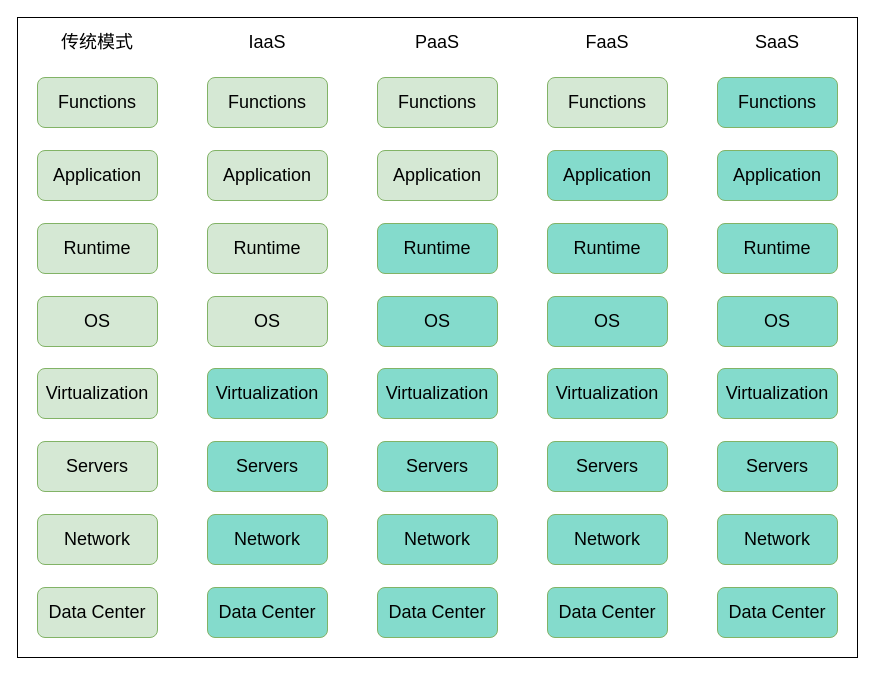
The draw.io diagram faasssssss.drawio in punnpkin/new, before the edit. Source tidied: cells renumbered, new cells numbered last; positions are measured from the earlier drawing's top-left corner, leaving out a move shared by most shapes. Both pictures are drawn from the tidied source at 100%, with x=0, y=0 at pixel (17, 17).
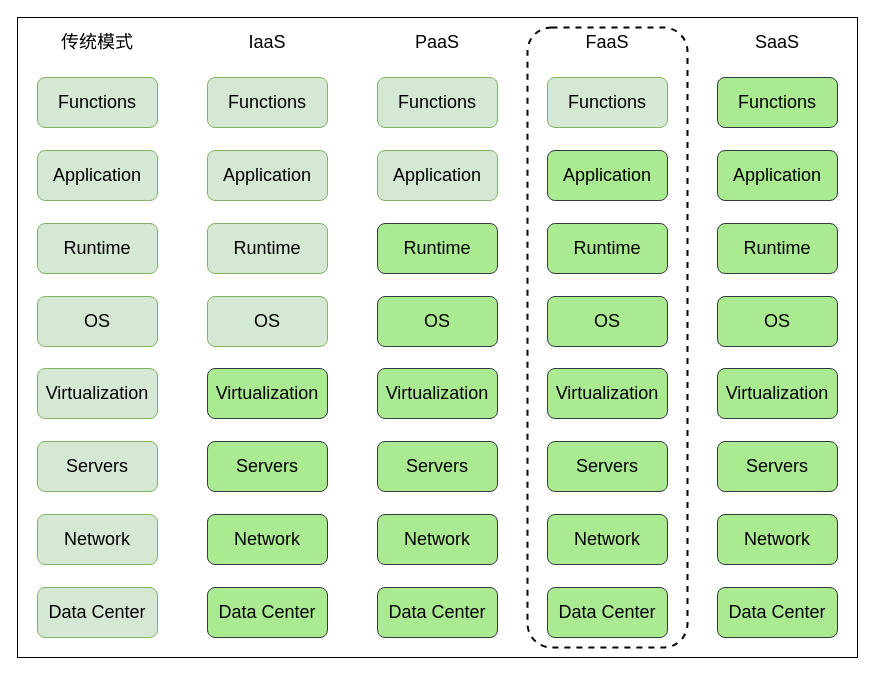
Above is the later version.

Change to the diagram source:
```diff
@@
-    <mxCell id="15" value="Virtualization" style="rounded=1;whiteSpace=wrap;html=1;fontSize=18;fillColor=#84DBCC;strokeColor=#82b366;" parent="1" vertex="1">
+    <mxCell id="15" value="Virtualization" style="rounded=1;whiteSpace=wrap;html=1;fontSize=18;fillColor=#AAEB92;strokeColor=#36393d;" parent="1" vertex="1">
       <mxGeometry x="190" y="351" width="120" height="50" as="geometry" />
     </mxCell>
-    <mxCell id="16" value="Servers" style="rounded=1;whiteSpace=wrap;html=1;fontSize=18;fillColor=#84DBCC;strokeColor=#82b366;" parent="1" vertex="1">
+    <mxCell id="16" value="Servers" style="rounded=1;whiteSpace=wrap;html=1;fontSize=18;fillColor=#AAEB92;strokeColor=#36393d;" parent="1" vertex="1">
       <mxGeometry x="190" y="424" width="120" height="50" as="geometry" />
     </mxCell>
-    <mxCell id="17" value="Network" style="rounded=1;whiteSpace=wrap;html=1;fontSize=18;fillColor=#84DBCC;strokeColor=#82b366;" parent="1" vertex="1">
+    <mxCell id="17" value="Network" style="rounded=1;whiteSpace=wrap;html=1;fontSize=18;fillColor=#AAEB92;strokeColor=#36393d;" parent="1" vertex="1">
       <mxGeometry x="190" y="497" width="120" height="50" as="geometry" />
     </mxCell>
-    <mxCell id="18" value="Data Center" style="rounded=1;whiteSpace=wrap;html=1;fontSize=18;fillColor=#84DBCC;strokeColor=#82b366;" parent="1" vertex="1">
+    <mxCell id="18" value="Data Center" style="rounded=1;whiteSpace=wrap;html=1;fontSize=18;fillColor=#AAEB92;strokeColor=#36393d;" parent="1" vertex="1">
       <mxGeometry x="190" y="570" width="120" height="50" as="geometry" />
     </mxCell>
@@
-    <mxCell id="21" value="Runtime" style="rounded=1;whiteSpace=wrap;html=1;fontSize=18;fillColor=#84DBCC;strokeColor=#82b366;" parent="1" vertex="1">
+    <mxCell id="21" value="Runtime" style="rounded=1;whiteSpace=wrap;html=1;fontSize=18;fillColor=#AAEB92;strokeColor=#36393d;" parent="1" vertex="1">
       <mxGeometry x="360" y="206" width="120" height="50" as="geometry" />
     </mxCell>
-    <mxCell id="22" value="OS" style="rounded=1;whiteSpace=wrap;html=1;fontSize=18;fillColor=#84DBCC;strokeColor=#82b366;" parent="1" vertex="1">
+    <mxCell id="22" value="OS" style="rounded=1;whiteSpace=wrap;html=1;fontSize=18;fillColor=#AAEB92;strokeColor=#36393d;" parent="1" vertex="1">
       <mxGeometry x="360" y="279" width="120" height="50" as="geometry" />
     </mxCell>
-    <mxCell id="23" value="Virtualization" style="rounded=1;whiteSpace=wrap;html=1;fontSize=18;fillColor=#84DBCC;strokeColor=#82b366;" parent="1" vertex="1">
+    <mxCell id="23" value="Virtualization" style="rounded=1;whiteSpace=wrap;html=1;fontSize=18;fillColor=#AAEB92;strokeColor=#36393d;" parent="1" vertex="1">
       <mxGeometry x="360" y="351" width="120" height="50" as="geometry" />
     </mxCell>
-    <mxCell id="24" value="Servers" style="rounded=1;whiteSpace=wrap;html=1;fontSize=18;fillColor=#84DBCC;strokeColor=#82b366;" parent="1" vertex="1">
+    <mxCell id="24" value="Servers" style="rounded=1;whiteSpace=wrap;html=1;fontSize=18;fillColor=#AAEB92;strokeColor=#36393d;" parent="1" vertex="1">
       <mxGeometry x="360" y="424" width="120" height="50" as="geometry" />
     </mxCell>
-    <mxCell id="25" value="Network" style="rounded=1;whiteSpace=wrap;html=1;fontSize=18;fillColor=#84DBCC;strokeColor=#82b366;" parent="1" vertex="1">
+    <mxCell id="25" value="Network" style="rounded=1;whiteSpace=wrap;html=1;fontSize=18;fillColor=#AAEB92;strokeColor=#36393d;" parent="1" vertex="1">
       <mxGeometry x="360" y="497" width="120" height="50" as="geometry" />
     </mxCell>
-    <mxCell id="26" value="Data Center" style="rounded=1;whiteSpace=wrap;html=1;fontSize=18;fillColor=#84DBCC;strokeColor=#82b366;" parent="1" vertex="1">
+    <mxCell id="26" value="Data Center" style="rounded=1;whiteSpace=wrap;html=1;fontSize=18;fillColor=#AAEB92;strokeColor=#36393d;" parent="1" vertex="1">
       <mxGeometry x="360" y="570" width="120" height="50" as="geometry" />
     </mxCell>
@@
-    <mxCell id="28" value="Application" style="rounded=1;whiteSpace=wrap;html=1;fontSize=18;fillColor=#84DBCC;strokeColor=#82b366;" parent="1" vertex="1">
+    <mxCell id="28" value="Application" style="rounded=1;whiteSpace=wrap;html=1;fontSize=18;fillColor=#AAEB92;strokeColor=#36393d;" parent="1" vertex="1">
       <mxGeometry x="530" y="133" width="120" height="50" as="geometry" />
     </mxCell>
-    <mxCell id="29" value="Runtime" style="rounded=1;whiteSpace=wrap;html=1;fontSize=18;fillColor=#84DBCC;strokeColor=#82b366;" parent="1" vertex="1">
+    <mxCell id="29" value="Runtime" style="rounded=1;whiteSpace=wrap;html=1;fontSize=18;fillColor=#AAEB92;strokeColor=#36393d;" parent="1" vertex="1">
       <mxGeometry x="530" y="206" width="120" height="50" as="geometry" />
     </mxCell>
-    <mxCell id="30" value="OS" style="rounded=1;whiteSpace=wrap;html=1;fontSize=18;fillColor=#84DBCC;strokeColor=#82b366;" parent="1" vertex="1">
+    <mxCell id="30" value="OS" style="rounded=1;whiteSpace=wrap;html=1;fontSize=18;fillColor=#AAEB92;strokeColor=#36393d;" parent="1" vertex="1">
       <mxGeometry x="530" y="279" width="120" height="50" as="geometry" />
     </mxCell>
-    <mxCell id="31" value="Virtualization" style="rounded=1;whiteSpace=wrap;html=1;fontSize=18;fillColor=#84DBCC;strokeColor=#82b366;" parent="1" vertex="1">
+    <mxCell id="31" value="Virtualization" style="rounded=1;whiteSpace=wrap;html=1;fontSize=18;fillColor=#AAEB92;strokeColor=#36393d;" parent="1" vertex="1">
       <mxGeometry x="530" y="351" width="120" height="50" as="geometry" />
     </mxCell>
-    <mxCell id="32" value="Servers" style="rounded=1;whiteSpace=wrap;html=1;fontSize=18;fillColor=#84DBCC;strokeColor=#82b366;" parent="1" vertex="1">
+    <mxCell id="32" value="Servers" style="rounded=1;whiteSpace=wrap;html=1;fontSize=18;fillColor=#AAEB92;strokeColor=#36393d;" parent="1" vertex="1">
       <mxGeometry x="530" y="424" width="120" height="50" as="geometry" />
     </mxCell>
-    <mxCell id="33" value="Network" style="rounded=1;whiteSpace=wrap;html=1;fontSize=18;fillColor=#84DBCC;strokeColor=#82b366;" parent="1" vertex="1">
+    <mxCell id="33" value="Network" style="rounded=1;whiteSpace=wrap;html=1;fontSize=18;fillColor=#AAEB92;strokeColor=#36393d;" parent="1" vertex="1">
       <mxGeometry x="530" y="497" width="120" height="50" as="geometry" />
     </mxCell>
-    <mxCell id="34" value="Data Center" style="rounded=1;whiteSpace=wrap;html=1;fontSize=18;fillColor=#84DBCC;strokeColor=#82b366;" parent="1" vertex="1">
+    <mxCell id="34" value="Data Center" style="rounded=1;whiteSpace=wrap;html=1;fontSize=18;fillColor=#AAEB92;strokeColor=#36393d;" parent="1" vertex="1">
       <mxGeometry x="530" y="570" width="120" height="50" as="geometry" />
     </mxCell>
-    <mxCell id="35" value="Functions" style="rounded=1;whiteSpace=wrap;html=1;fontSize=18;fillColor=#84DBCC;strokeColor=#82b366;" parent="1" vertex="1">
+    <mxCell id="35" value="Functions" style="rounded=1;whiteSpace=wrap;html=1;fontSize=18;fillColor=#AAEB92;strokeColor=#36393d;" parent="1" vertex="1">
       <mxGeometry x="700" y="60" width="120" height="50" as="geometry" />
     </mxCell>
-    <mxCell id="36" value="Application" style="rounded=1;whiteSpace=wrap;html=1;fontSize=18;fillColor=#84DBCC;strokeColor=#82b366;" parent="1" vertex="1">
+    <mxCell id="36" value="Application" style="rounded=1;whiteSpace=wrap;html=1;fontSize=18;fillColor=#AAEB92;strokeColor=#36393d;" parent="1" vertex="1">
       <mxGeometry x="700" y="133" width="120" height="50" as="geometry" />
     </mxCell>
-    <mxCell id="37" value="Runtime" style="rounded=1;whiteSpace=wrap;html=1;fontSize=18;fillColor=#84DBCC;strokeColor=#82b366;" parent="1" vertex="1">
+    <mxCell id="37" value="Runtime" style="rounded=1;whiteSpace=wrap;html=1;fontSize=18;fillColor=#AAEB92;strokeColor=#36393d;" parent="1" vertex="1">
       <mxGeometry x="700" y="206" width="120" height="50" as="geometry" />
     </mxCell>
-    <mxCell id="38" value="OS" style="rounded=1;whiteSpace=wrap;html=1;fontSize=18;fillColor=#84DBCC;strokeColor=#82b366;" parent="1" vertex="1">
+    <mxCell id="38" value="OS" style="rounded=1;whiteSpace=wrap;html=1;fontSize=18;fillColor=#AAEB92;strokeColor=#36393d;" parent="1" vertex="1">
       <mxGeometry x="700" y="279" width="120" height="50" as="geometry" />
     </mxCell>
-    <mxCell id="39" value="Virtualization" style="rounded=1;whiteSpace=wrap;html=1;fontSize=18;fillColor=#84DBCC;strokeColor=#82b366;" parent="1" vertex="1">
+    <mxCell id="39" value="Virtualization" style="rounded=1;whiteSpace=wrap;html=1;fontSize=18;fillColor=#AAEB92;strokeColor=#36393d;" parent="1" vertex="1">
       <mxGeometry x="700" y="351" width="120" height="50" as="geometry" />
     </mxCell>
-    <mxCell id="40" value="Servers" style="rounded=1;whiteSpace=wrap;html=1;fontSize=18;fillColor=#84DBCC;strokeColor=#82b366;" parent="1" vertex="1">
+    <mxCell id="40" value="Servers" style="rounded=1;whiteSpace=wrap;html=1;fontSize=18;fillColor=#AAEB92;strokeColor=#36393d;" parent="1" vertex="1">
       <mxGeometry x="700" y="424" width="120" height="50" as="geometry" />
     </mxCell>
-    <mxCell id="41" value="Network" style="rounded=1;whiteSpace=wrap;html=1;fontSize=18;fillColor=#84DBCC;strokeColor=#82b366;" parent="1" vertex="1">
+    <mxCell id="41" value="Network" style="rounded=1;whiteSpace=wrap;html=1;fontSize=18;fillColor=#AAEB92;strokeColor=#36393d;" parent="1" vertex="1">
       <mxGeometry x="700" y="497" width="120" height="50" as="geometry" />
     </mxCell>
-    <mxCell id="42" value="Data Center" style="rounded=1;whiteSpace=wrap;html=1;fontSize=18;fillColor=#84DBCC;strokeColor=#82b366;" parent="1" vertex="1">
+    <mxCell id="42" value="Data Center" style="rounded=1;whiteSpace=wrap;html=1;fontSize=18;fillColor=#AAEB92;strokeColor=#36393d;" parent="1" vertex="1">
       <mxGeometry x="700" y="570" width="120" height="50" as="geometry" />
     </mxCell>
@@
+    <mxCell id="48" style="rounded=1;whiteSpace=wrap;html=1;fontSize=18;fillColor=none;dashed=1;strokeWidth=2;" parent="1" vertex="1">
+      <mxGeometry x="510" y="10" width="160" height="620" as="geometry" />
+    </mxCell>
```
